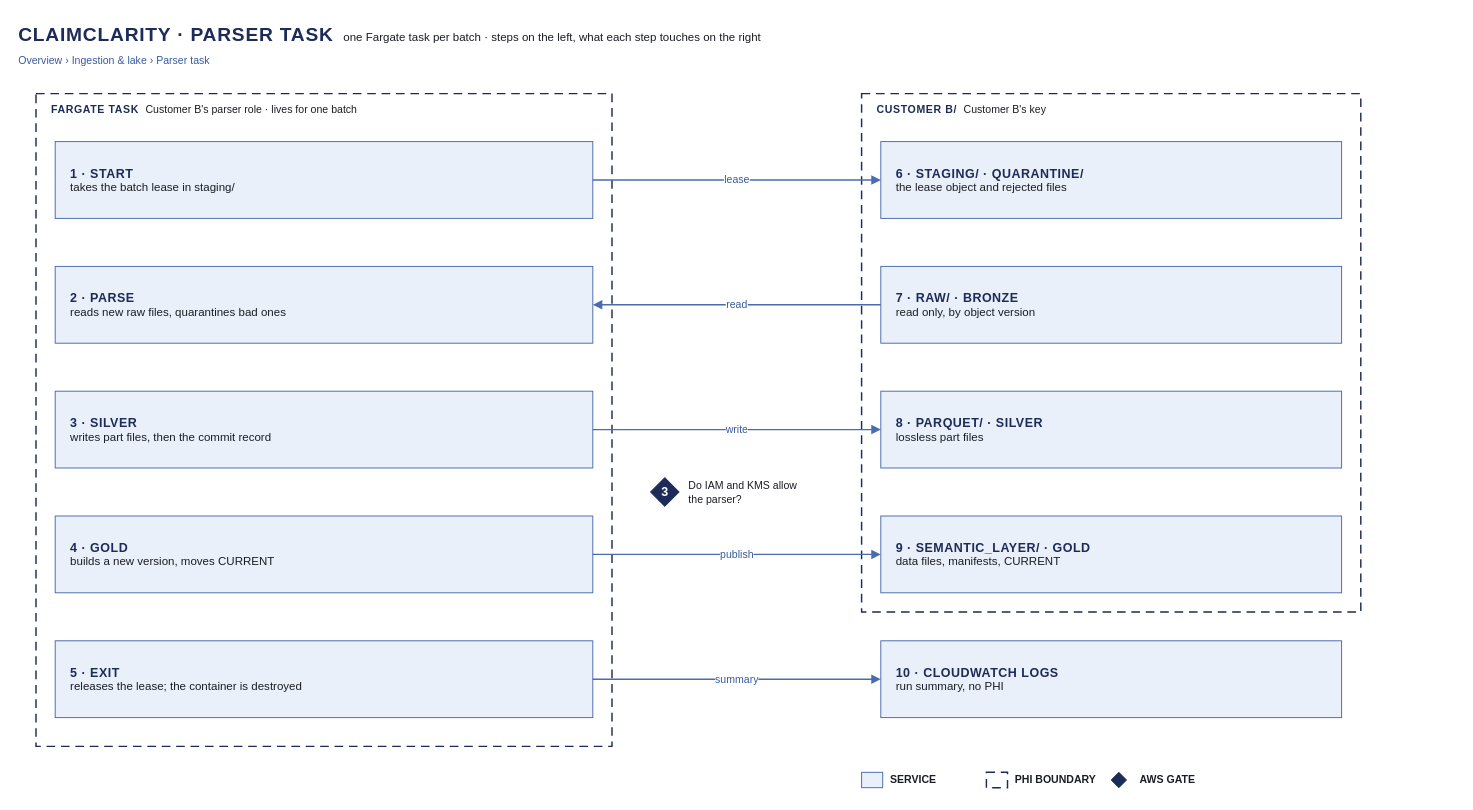
Above: docs/architecture/src/14-parser-task.drawio in Peter-Shamoun/cc (draw.io), before the change. Source tidied: cells renumbered, new cells numbered last; positions are measured from the earlier drawing's top-left corner, leaving out a move shared by most shapes. Both pictures are drawn from the tidied source at 96%, with x=0, y=0 at pixel (16, 16).
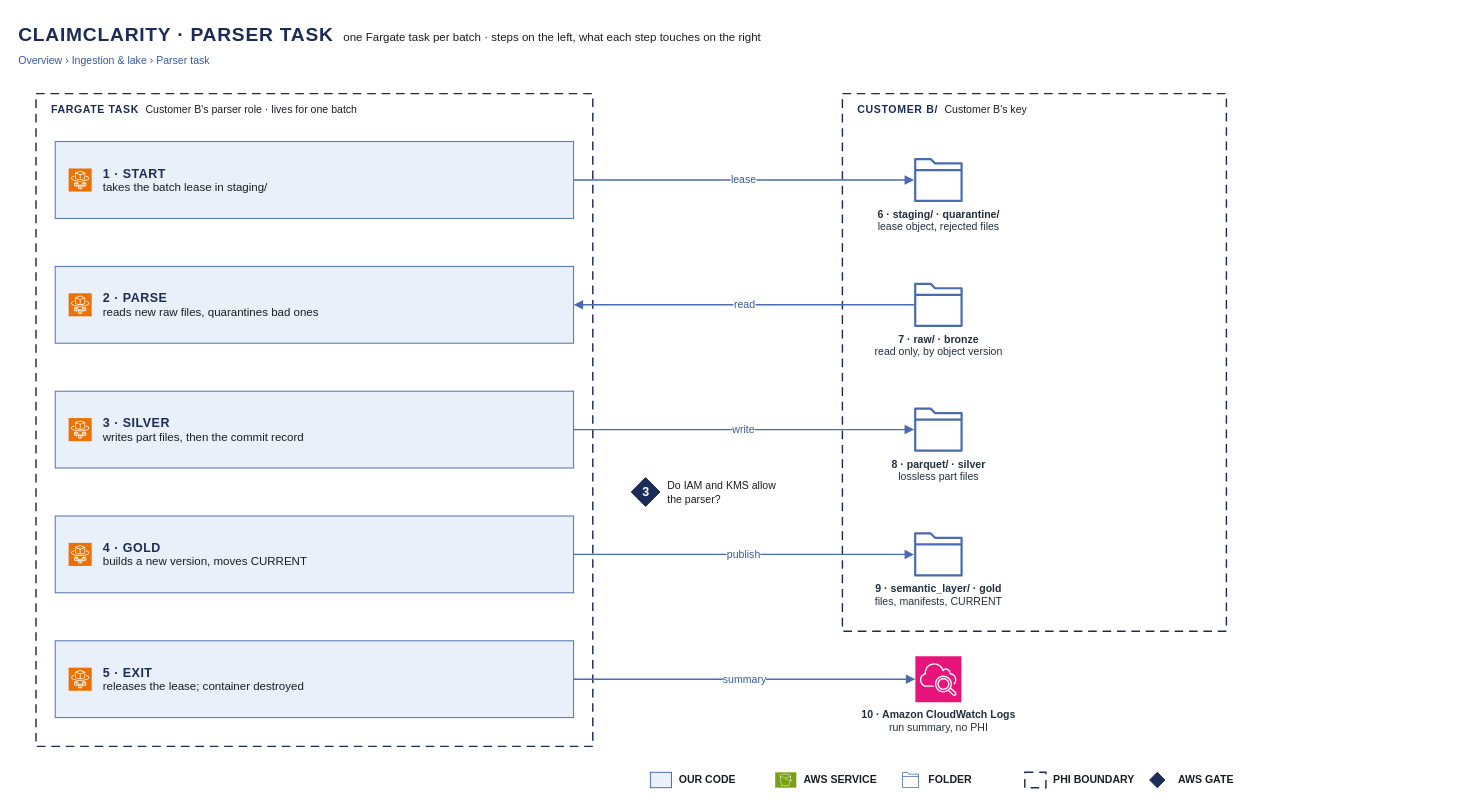
After the change.

The edit, as a diff of the source:
```diff
@@
     <mxCell id="4" style="rounded=0;whiteSpace=wrap;html=1;fillColor=none;strokeColor=#1C2B57;dashed=1;dashPattern=6 4;strokeWidth=1.5;" parent="1" vertex="1">
-      <mxGeometry x="20" y="80" width="600" height="680" as="geometry" />
+      <mxGeometry x="20" y="80" width="580" height="680" as="geometry" />
     </mxCell>
     <mxCell id="5" value="&lt;b style=&quot;color:#1C2B57;letter-spacing:0.06em;font-size:11px&quot;&gt;FARGATE TASK&lt;/b&gt;&amp;nbsp;&amp;nbsp;&lt;span style=&quot;font-size:11px&quot;&gt;Customer B's parser role · lives for one batch&lt;/span&gt;" style="text;html=1;align=left;verticalAlign=middle;whiteSpace=wrap;fontSize=12;fontFamily=Helvetica;fontColor=#1A1D23;" parent="4" vertex="1">
-      <mxGeometry x="14" y="6" width="572" height="22" as="geometry" />
+      <mxGeometry x="14" y="6" width="552" height="22" as="geometry" />
     </mxCell>
-    <mxCell id="6" value="&lt;b style=&quot;color:#1C2B57;letter-spacing:0.04em;font-size:13px&quot;&gt;1 · START&lt;/b&gt;&lt;br&gt;&lt;span style=&quot;font-size:12px&quot;&gt;takes the batch lease in staging/&lt;/span&gt;" style="rounded=0;whiteSpace=wrap;html=1;fillColor=#EAF0F9;strokeColor=#4A6BB0;fontColor=#1A1D23;align=left;spacingLeft=14;spacingRight=10;verticalAlign=middle;fontSize=12;fontFamily=Helvetica;" parent="4" vertex="1">
-      <mxGeometry x="20" y="50" width="560" height="80" as="geometry" />
+    <mxCell id="6" value="&lt;b style=&quot;color:#1C2B57;letter-spacing:0.04em;font-size:13px&quot;&gt;1 · START&lt;/b&gt;&lt;br&gt;&lt;span style=&quot;font-size:12px&quot;&gt;takes the batch lease in staging/&lt;/span&gt;" style="rounded=0;whiteSpace=wrap;html=1;fillColor=#EAF0F9;strokeColor=#4A6BB0;fontColor=#1A1D23;align=left;spacingLeft=48;spacingRight=10;verticalAlign=middle;fontSize=12;fontFamily=Helvetica;" parent="4" vertex="1">
+      <mxGeometry x="20" y="50" width="540" height="80" as="geometry" />
     </mxCell>
+    <mxCell id="32" style="sketch=0;fontColor=#232F3E;fillColor=#ED7100;strokeColor=#ffffff;dashed=0;verticalAlign=top;align=center;html=1;fontSize=11;fontFamily=Helvetica;shape=mxgraph.aws4.resourceIcon;resIcon=mxgraph.aws4.fargate;" parent="6" vertex="1">
+      <mxGeometry x="14" y="28" width="24" height="24" as="geometry" />
+    </mxCell>
-    <mxCell id="7" value="&lt;b style=&quot;color:#1C2B57;letter-spacing:0.04em;font-size:13px&quot;&gt;2 · PARSE&lt;/b&gt;&lt;br&gt;&lt;span style=&quot;font-size:12px&quot;&gt;reads new raw files, quarantines bad ones&lt;/span&gt;" style="rounded=0;whiteSpace=wrap;html=1;fillColor=#EAF0F9;strokeColor=#4A6BB0;fontColor=#1A1D23;align=left;spacingLeft=14;spacingRight=10;verticalAlign=middle;fontSize=12;fontFamily=Helvetica;" parent="4" vertex="1">
-      <mxGeometry x="20" y="180" width="560" height="80" as="geometry" />
+    <mxCell id="7" value="&lt;b style=&quot;color:#1C2B57;letter-spacing:0.04em;font-size:13px&quot;&gt;2 · PARSE&lt;/b&gt;&lt;br&gt;&lt;span style=&quot;font-size:12px&quot;&gt;reads new raw files, quarantines bad ones&lt;/span&gt;" style="rounded=0;whiteSpace=wrap;html=1;fillColor=#EAF0F9;strokeColor=#4A6BB0;fontColor=#1A1D23;align=left;spacingLeft=48;spacingRight=10;verticalAlign=middle;fontSize=12;fontFamily=Helvetica;" parent="4" vertex="1">
+      <mxGeometry x="20" y="180" width="540" height="80" as="geometry" />
     </mxCell>
+    <mxCell id="33" style="sketch=0;fontColor=#232F3E;fillColor=#ED7100;strokeColor=#ffffff;dashed=0;verticalAlign=top;align=center;html=1;fontSize=11;fontFamily=Helvetica;shape=mxgraph.aws4.resourceIcon;resIcon=mxgraph.aws4.fargate;" parent="7" vertex="1">
+      <mxGeometry x="14" y="28" width="24" height="24" as="geometry" />
+    </mxCell>
-    <mxCell id="8" value="&lt;b style=&quot;color:#1C2B57;letter-spacing:0.04em;font-size:13px&quot;&gt;3 · SILVER&lt;/b&gt;&lt;br&gt;&lt;span style=&quot;font-size:12px&quot;&gt;writes part files, then the commit record&lt;/span&gt;" style="rounded=0;whiteSpace=wrap;html=1;fillColor=#EAF0F9;strokeColor=#4A6BB0;fontColor=#1A1D23;align=left;spacingLeft=14;spacingRight=10;verticalAlign=middle;fontSize=12;fontFamily=Helvetica;" parent="4" vertex="1">
-      <mxGeometry x="20" y="310" width="560" height="80" as="geometry" />
+    <mxCell id="8" value="&lt;b style=&quot;color:#1C2B57;letter-spacing:0.04em;font-size:13px&quot;&gt;3 · SILVER&lt;/b&gt;&lt;br&gt;&lt;span style=&quot;font-size:12px&quot;&gt;writes part files, then the commit record&lt;/span&gt;" style="rounded=0;whiteSpace=wrap;html=1;fillColor=#EAF0F9;strokeColor=#4A6BB0;fontColor=#1A1D23;align=left;spacingLeft=48;spacingRight=10;verticalAlign=middle;fontSize=12;fontFamily=Helvetica;" parent="4" vertex="1">
+      <mxGeometry x="20" y="310" width="540" height="80" as="geometry" />
     </mxCell>
+    <mxCell id="34" style="sketch=0;fontColor=#232F3E;fillColor=#ED7100;strokeColor=#ffffff;dashed=0;verticalAlign=top;align=center;html=1;fontSize=11;fontFamily=Helvetica;shape=mxgraph.aws4.resourceIcon;resIcon=mxgraph.aws4.fargate;" parent="8" vertex="1">
+      <mxGeometry x="14" y="28" width="24" height="24" as="geometry" />
+    </mxCell>
-    <mxCell id="9" value="&lt;b style=&quot;color:#1C2B57;letter-spacing:0.04em;font-size:13px&quot;&gt;4 · GOLD&lt;/b&gt;&lt;br&gt;&lt;span style=&quot;font-size:12px&quot;&gt;builds a new version, moves CURRENT&lt;/span&gt;" style="rounded=0;whiteSpace=wrap;html=1;fillColor=#EAF0F9;strokeColor=#4A6BB0;fontColor=#1A1D23;align=left;spacingLeft=14;spacingRight=10;verticalAlign=middle;fontSize=12;fontFamily=Helvetica;" parent="4" vertex="1">
-      <mxGeometry x="20" y="440" width="560" height="80" as="geometry" />
+    <mxCell id="9" value="&lt;b style=&quot;color:#1C2B57;letter-spacing:0.04em;font-size:13px&quot;&gt;4 · GOLD&lt;/b&gt;&lt;br&gt;&lt;span style=&quot;font-size:12px&quot;&gt;builds a new version, moves CURRENT&lt;/span&gt;" style="rounded=0;whiteSpace=wrap;html=1;fillColor=#EAF0F9;strokeColor=#4A6BB0;fontColor=#1A1D23;align=left;spacingLeft=48;spacingRight=10;verticalAlign=middle;fontSize=12;fontFamily=Helvetica;" parent="4" vertex="1">
+      <mxGeometry x="20" y="440" width="540" height="80" as="geometry" />
     </mxCell>
+    <mxCell id="35" style="sketch=0;fontColor=#232F3E;fillColor=#ED7100;strokeColor=#ffffff;dashed=0;verticalAlign=top;align=center;html=1;fontSize=11;fontFamily=Helvetica;shape=mxgraph.aws4.resourceIcon;resIcon=mxgraph.aws4.fargate;" parent="9" vertex="1">
+      <mxGeometry x="14" y="28" width="24" height="24" as="geometry" />
+    </mxCell>
-    <mxCell id="10" value="&lt;b style=&quot;color:#1C2B57;letter-spacing:0.04em;font-size:13px&quot;&gt;5 · EXIT&lt;/b&gt;&lt;br&gt;&lt;span style=&quot;font-size:12px&quot;&gt;releases the lease; the container is destroyed&lt;/span&gt;" style="rounded=0;whiteSpace=wrap;html=1;fillColor=#EAF0F9;strokeColor=#4A6BB0;fontColor=#1A1D23;align=left;spacingLeft=14;spacingRight=10;verticalAlign=middle;fontSize=12;fontFamily=Helvetica;" parent="4" vertex="1">
-      <mxGeometry x="20" y="570" width="560" height="80" as="geometry" />
+    <mxCell id="10" value="&lt;b style=&quot;color:#1C2B57;letter-spacing:0.04em;font-size:13px&quot;&gt;5 · EXIT&lt;/b&gt;&lt;br&gt;&lt;span style=&quot;font-size:12px&quot;&gt;releases the lease; container destroyed&lt;/span&gt;" style="rounded=0;whiteSpace=wrap;html=1;fillColor=#EAF0F9;strokeColor=#4A6BB0;fontColor=#1A1D23;align=left;spacingLeft=48;spacingRight=10;verticalAlign=middle;fontSize=12;fontFamily=Helvetica;" parent="4" vertex="1">
+      <mxGeometry x="20" y="570" width="540" height="80" as="geometry" />
     </mxCell>
+    <mxCell id="36" style="sketch=0;fontColor=#232F3E;fillColor=#ED7100;strokeColor=#ffffff;dashed=0;verticalAlign=top;align=center;html=1;fontSize=11;fontFamily=Helvetica;shape=mxgraph.aws4.resourceIcon;resIcon=mxgraph.aws4.fargate;" parent="10" vertex="1">
+      <mxGeometry x="14" y="28" width="24" height="24" as="geometry" />
+    </mxCell>
     <mxCell id="11" style="rounded=0;whiteSpace=wrap;html=1;fillColor=none;strokeColor=#1C2B57;dashed=1;dashPattern=6 4;strokeWidth=1.5;" parent="1" vertex="1">
-      <mxGeometry x="880" y="80" width="520" height="540" as="geometry" />
+      <mxGeometry x="860" y="80" width="400" height="560" as="geometry" />
     </mxCell>
     <mxCell id="12" value="&lt;b style=&quot;color:#1C2B57;letter-spacing:0.06em;font-size:11px&quot;&gt;CUSTOMER B/&lt;/b&gt;&amp;nbsp;&amp;nbsp;&lt;span style=&quot;font-size:11px&quot;&gt;Customer B's key&lt;/span&gt;" style="text;html=1;align=left;verticalAlign=middle;whiteSpace=wrap;fontSize=12;fontFamily=Helvetica;fontColor=#1A1D23;" parent="11" vertex="1">
-      <mxGeometry x="14" y="6" width="492" height="22" as="geometry" />
+      <mxGeometry x="14" y="6" width="372" height="22" as="geometry" />
     </mxCell>
-    <mxCell id="13" value="&lt;b style=&quot;color:#1C2B57;letter-spacing:0.04em;font-size:13px&quot;&gt;6 · STAGING/ · QUARANTINE/&lt;/b&gt;&lt;br&gt;&lt;span style=&quot;font-size:12px&quot;&gt;the lease object and rejected files&lt;/span&gt;" style="rounded=0;whiteSpace=wrap;html=1;fillColor=#EAF0F9;strokeColor=#4A6BB0;fontColor=#1A1D23;align=left;spacingLeft=14;spacingRight=10;verticalAlign=middle;fontSize=12;fontFamily=Helvetica;" parent="11" vertex="1">
-      <mxGeometry x="20" y="50" width="480" height="80" as="geometry" />
+    <mxCell id="13" value="&lt;b&gt;6 · staging/ · quarantine/&lt;/b&gt;&lt;br&gt;lease object, rejected files" style="shape=mxgraph.aws4.folder;html=1;fillColor=#4A6BB0;strokeColor=none;verticalLabelPosition=bottom;verticalAlign=top;align=center;fontSize=11;fontFamily=Helvetica;fontColor=#232F3E;" parent="11" vertex="1">
+      <mxGeometry x="72" y="67" width="56" height="46" as="geometry" />
     </mxCell>
-    <mxCell id="14" value="&lt;b style=&quot;color:#1C2B57;letter-spacing:0.04em;font-size:13px&quot;&gt;7 · RAW/ · BRONZE&lt;/b&gt;&lt;br&gt;&lt;span style=&quot;font-size:12px&quot;&gt;read only, by object version&lt;/span&gt;" style="rounded=0;whiteSpace=wrap;html=1;fillColor=#EAF0F9;strokeColor=#4A6BB0;fontColor=#1A1D23;align=left;spacingLeft=14;spacingRight=10;verticalAlign=middle;fontSize=12;fontFamily=Helvetica;" parent="11" vertex="1">
-      <mxGeometry x="20" y="180" width="480" height="80" as="geometry" />
+    <mxCell id="14" value="&lt;b&gt;7 · raw/ · bronze&lt;/b&gt;&lt;br&gt;read only, by object version" style="shape=mxgraph.aws4.folder;html=1;fillColor=#4A6BB0;strokeColor=none;verticalLabelPosition=bottom;verticalAlign=top;align=center;fontSize=11;fontFamily=Helvetica;fontColor=#232F3E;" parent="11" vertex="1">
+      <mxGeometry x="72" y="197" width="56" height="46" as="geometry" />
     </mxCell>
-    <mxCell id="15" value="&lt;b style=&quot;color:#1C2B57;letter-spacing:0.04em;font-size:13px&quot;&gt;8 · PARQUET/ · SILVER&lt;/b&gt;&lt;br&gt;&lt;span style=&quot;font-size:12px&quot;&gt;lossless part files&lt;/span&gt;" style="rounded=0;whiteSpace=wrap;html=1;fillColor=#EAF0F9;strokeColor=#4A6BB0;fontColor=#1A1D23;align=left;spacingLeft=14;spacingRight=10;verticalAlign=middle;fontSize=12;fontFamily=Helvetica;" parent="11" vertex="1">
-      <mxGeometry x="20" y="310" width="480" height="80" as="geometry" />
+    <mxCell id="15" value="&lt;b&gt;8 · parquet/ · silver&lt;/b&gt;&lt;br&gt;lossless part files" style="shape=mxgraph.aws4.folder;html=1;fillColor=#4A6BB0;strokeColor=none;verticalLabelPosition=bottom;verticalAlign=top;align=center;fontSize=11;fontFamily=Helvetica;fontColor=#232F3E;" parent="11" vertex="1">
+      <mxGeometry x="72" y="327" width="56" height="46" as="geometry" />
     </mxCell>
-    <mxCell id="16" value="&lt;b style=&quot;color:#1C2B57;letter-spacing:0.04em;font-size:13px&quot;&gt;9 · SEMANTIC_LAYER/ · GOLD&lt;/b&gt;&lt;br&gt;&lt;span style=&quot;font-size:12px&quot;&gt;data files, manifests, CURRENT&lt;/span&gt;" style="rounded=0;whiteSpace=wrap;html=1;fillColor=#EAF0F9;strokeColor=#4A6BB0;fontColor=#1A1D23;align=left;spacingLeft=14;spacingRight=10;verticalAlign=middle;fontSize=12;fontFamily=Helvetica;" parent="11" vertex="1">
-      <mxGeometry x="20" y="440" width="480" height="80" as="geometry" />
+    <mxCell id="16" value="&lt;b&gt;9 · semantic_layer/ · gold&lt;/b&gt;&lt;br&gt;files, manifests, CURRENT" style="shape=mxgraph.aws4.folder;html=1;fillColor=#4A6BB0;strokeColor=none;verticalLabelPosition=bottom;verticalAlign=top;align=center;fontSize=11;fontFamily=Helvetica;fontColor=#232F3E;" parent="11" vertex="1">
+      <mxGeometry x="72" y="457" width="56" height="46" as="geometry" />
     </mxCell>
-    <mxCell id="17" value="&lt;b style=&quot;color:#1C2B57;letter-spacing:0.04em;font-size:13px&quot;&gt;10 · CLOUDWATCH LOGS&lt;/b&gt;&lt;br&gt;&lt;span style=&quot;font-size:12px&quot;&gt;run summary, no PHI&lt;/span&gt;" style="rounded=0;whiteSpace=wrap;html=1;fillColor=#EAF0F9;strokeColor=#4A6BB0;fontColor=#1A1D23;align=left;spacingLeft=14;spacingRight=10;verticalAlign=middle;fontSize=12;fontFamily=Helvetica;" parent="1" vertex="1">
-      <mxGeometry x="900" y="650" width="480" height="80" as="geometry" />
+    <mxCell id="17" value="&lt;b&gt;10 · Amazon CloudWatch Logs&lt;/b&gt;&lt;br&gt;run summary, no PHI" style="sketch=0;outlineConnect=0;fontColor=#232F3E;fillColor=#E7157B;strokeColor=#ffffff;dashed=0;verticalLabelPosition=bottom;verticalAlign=top;align=center;html=1;fontSize=11;fontFamily=Helvetica;shape=mxgraph.aws4.resourceIcon;resIcon=mxgraph.aws4.cloudwatch_2;" parent="1" vertex="1">
+      <mxGeometry x="936" y="666" width="48" height="48" as="geometry" />
     </mxCell>
@@
     <mxCell id="23" value="3" style="rhombus;html=1;fillColor=#1C2B57;strokeColor=#1C2B57;fontColor=#FFFFFF;fontStyle=1;fontSize=13;fontFamily=Helvetica;" parent="1" vertex="1">
-      <mxGeometry x="660" y="480" width="30" height="30" as="geometry" />
+      <mxGeometry x="640" y="480" width="30" height="30" as="geometry" />
     </mxCell>
     <mxCell id="24" value="&lt;span style=&quot;font-size:11px;color:#1A1D23&quot;&gt;Do IAM and KMS allow&lt;br&gt;the parser?&lt;/span&gt;" style="text;html=1;align=left;verticalAlign=middle;whiteSpace=wrap;fontSize=12;fontFamily=Helvetica;fontColor=#1A1D23;" parent="1" vertex="1">
-      <mxGeometry x="698" y="475" width="170" height="40" as="geometry" />
+      <mxGeometry x="676" y="475" width="160" height="40" as="geometry" />
     </mxCell>
     <mxCell id="25" style="rounded=0;html=1;fillColor=none;strokeColor=none;" parent="1" vertex="1">
-      <mxGeometry x="880" y="780" width="390" height="30" as="geometry" />
+      <mxGeometry x="660" y="780" width="650" height="30" as="geometry" />
     </mxCell>
@@
-    <mxCell id="27" value="SERVICE" style="text;html=1;align=left;verticalAlign=middle;fontSize=11;fontColor=#1A1D23;fontStyle=1;fontFamily=Helvetica;" parent="25" vertex="1">
+    <mxCell id="27" value="OUR CODE" style="text;html=1;align=left;verticalAlign=middle;fontSize=11;fontColor=#1A1D23;fontStyle=1;fontFamily=Helvetica;" parent="25" vertex="1">
       <mxGeometry x="28" y="3" width="100" height="24" as="geometry" />
     </mxCell>
-    <mxCell id="28" style="fillColor=none;strokeColor=#1C2B57;dashed=1;dashPattern=6 4;strokeWidth=1.5;html=1;" parent="25" vertex="1">
+    <mxCell id="28" style="sketch=0;fontColor=#232F3E;fillColor=#7AA116;strokeColor=#ffffff;dashed=0;verticalLabelPosition=bottom;verticalAlign=top;align=center;html=1;fontSize=11;fontFamily=Helvetica;shape=mxgraph.aws4.resourceIcon;resIcon=mxgraph.aws4.s3;" parent="25" vertex="1">
       <mxGeometry x="130" y="7" width="22" height="16" as="geometry" />
     </mxCell>
-    <mxCell id="29" value="PHI BOUNDARY" style="text;html=1;align=left;verticalAlign=middle;fontSize=11;fontColor=#1A1D23;fontStyle=1;fontFamily=Helvetica;" parent="25" vertex="1">
+    <mxCell id="29" value="AWS SERVICE" style="text;html=1;align=left;verticalAlign=middle;fontSize=11;fontColor=#1A1D23;fontStyle=1;fontFamily=Helvetica;" parent="25" vertex="1">
       <mxGeometry x="158" y="3" width="100" height="24" as="geometry" />
     </mxCell>
-    <mxCell id="30" style="rhombus;fillColor=#1C2B57;strokeColor=#1C2B57;html=1;" parent="25" vertex="1">
-      <mxGeometry x="260" y="7" width="16" height="16" as="geometry" />
+    <mxCell id="30" style="shape=mxgraph.aws4.folder;html=1;fillColor=#4A6BB0;strokeColor=none;" parent="25" vertex="1">
+      <mxGeometry x="260" y="7" width="22" height="16" as="geometry" />
     </mxCell>
-    <mxCell id="31" value="AWS GATE" style="text;html=1;align=left;verticalAlign=middle;fontSize=11;fontColor=#1A1D23;fontStyle=1;fontFamily=Helvetica;" parent="25" vertex="1">
+    <mxCell id="31" value="FOLDER" style="text;html=1;align=left;verticalAlign=middle;fontSize=11;fontColor=#1A1D23;fontStyle=1;fontFamily=Helvetica;" parent="25" vertex="1">
       <mxGeometry x="288" y="3" width="100" height="24" as="geometry" />
     </mxCell>
+    <mxCell id="37" style="fillColor=none;strokeColor=#1C2B57;dashed=1;dashPattern=6 4;strokeWidth=1.5;html=1;" parent="25" vertex="1">
+      <mxGeometry x="390" y="7" width="22" height="16" as="geometry" />
+    </mxCell>
+    <mxCell id="38" value="PHI BOUNDARY" style="text;html=1;align=left;verticalAlign=middle;fontSize=11;fontColor=#1A1D23;fontStyle=1;fontFamily=Helvetica;" parent="25" vertex="1">
+      <mxGeometry x="418" y="3" width="100" height="24" as="geometry" />
+    </mxCell>
+    <mxCell id="39" style="rhombus;fillColor=#1C2B57;strokeColor=#1C2B57;html=1;" parent="25" vertex="1">
+      <mxGeometry x="520" y="7" width="16" height="16" as="geometry" />
+    </mxCell>
+    <mxCell id="40" value="AWS GATE" style="text;html=1;align=left;verticalAlign=middle;fontSize=11;fontColor=#1A1D23;fontStyle=1;fontFamily=Helvetica;" parent="25" vertex="1">
+      <mxGeometry x="548" y="3" width="100" height="24" as="geometry" />
+    </mxCell>
```
